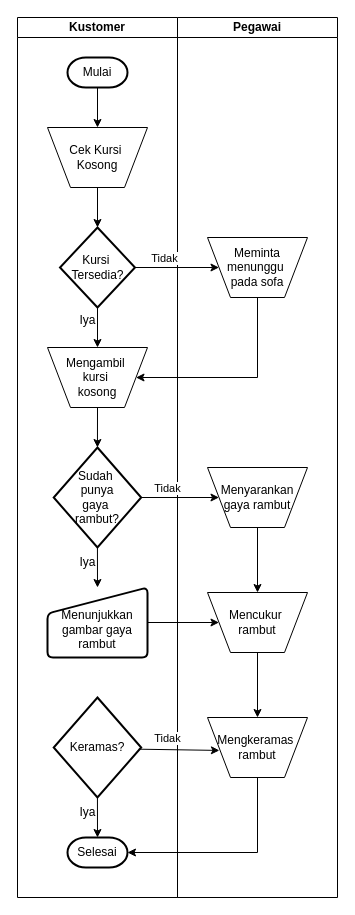
yogadwipayana/ERD keeps this draw.io diagram as Document Flow Barbershop.drawio. Above is the earlier version. Source tidied: cells renumbered, new cells numbered last; positions are measured from the earlier drawing's top-left corner, leaving out a move shared by most shapes. Both pictures are drawn from the tidied source at 100%, with x=0, y=0 at pixel (17, 17).
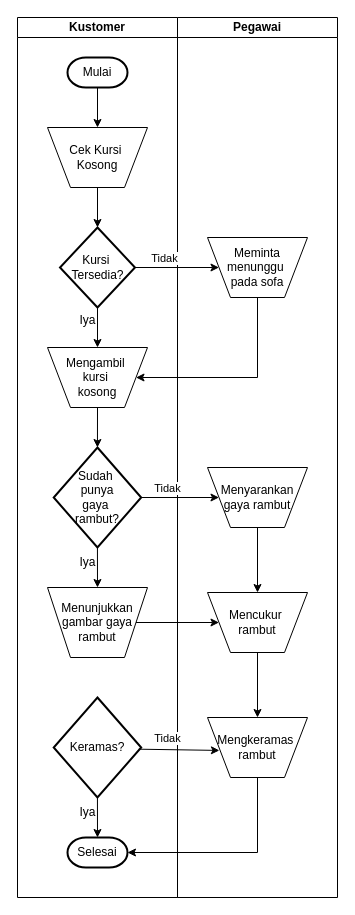
Above is the later version.

Commit message:
Cukur Rambut

Diff of the diagram source:
```diff
@@
-    <mxCell id="19" value="&lt;div&gt;&lt;br&gt;&lt;/div&gt;Menunjukkan gambar gaya rambut" style="html=1;strokeWidth=2;shape=manualInput;whiteSpace=wrap;rounded=1;size=26;arcSize=11;" parent="1" vertex="1">
+    <mxCell id="19" value="&lt;div&gt;&lt;span style=&quot;background-color: transparent; color: light-dark(rgb(0, 0, 0), rgb(255, 255, 255));&quot;&gt;Menunjukkan gambar gaya rambut&lt;/span&gt;&lt;/div&gt;" style="verticalLabelPosition=middle;verticalAlign=middle;html=1;shape=trapezoid;perimeter=trapezoidPerimeter;whiteSpace=wrap;size=0.23;arcSize=10;flipV=1;labelPosition=center;align=center;" parent="1" vertex="1">
       <mxGeometry x="30" y="570" width="100" height="70" as="geometry" />
     </mxCell>
```
